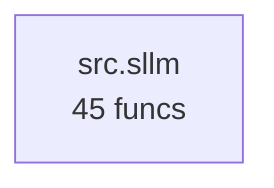
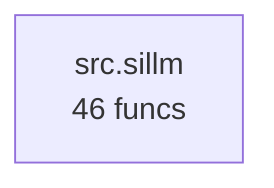
flowchart TD
%% generated in 0.00s
-     src__sllm["src.sllm<br/>45 funcs"]
+     src__sillm["src.sillm<br/>46 funcs"]
